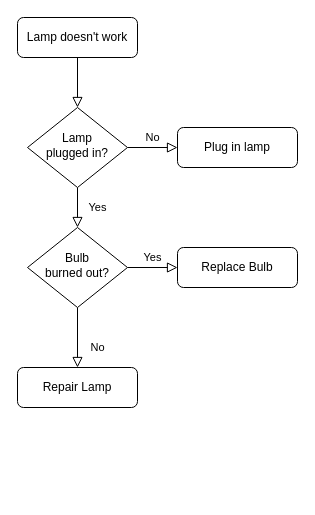
Above: 未命名绘图.drawio in sszdhlh/shop-web (draw.io), before the change. Source tidied: cells renumbered, new cells numbered last; positions are measured from the earlier drawing's top-left corner, leaving out a move shared by most shapes. Both pictures are drawn from the tidied source at 100%, with x=0, y=0 at pixel (17, 17).
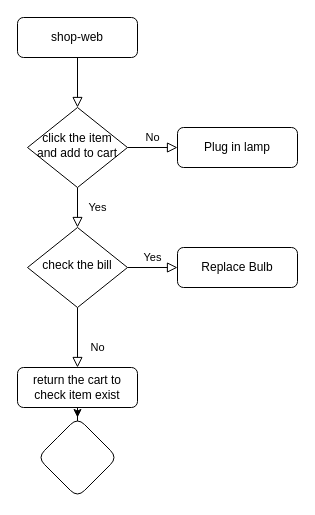
After the change.

Commit message:
更新未命名绘图.drawio

What changed in the source:
```diff
@@
 <mxGraphModel>
   <root>
     <mxCell id="0" />
     <mxCell id="1" parent="0" />
     <mxCell id="2" style="rounded=0;html=1;jettySize=auto;fontSize=11;endArrow=block;endFill=0;endSize=8;strokeWidth=1;shadow=0;labelBackgroundColor=none;edgeStyle=orthogonalEdgeStyle;" parent="1" edge="1" source="3" target="6">
       <mxGeometry relative="1" as="geometry" />
     </mxCell>
-    <mxCell id="3" value="Lamp doesn't work" style="rounded=1;whiteSpace=wrap;html=1;fontSize=12;glass=0;strokeWidth=1;shadow=0;" parent="1" vertex="1">
+    <mxCell id="3" value="shop-web" style="rounded=1;whiteSpace=wrap;html=1;fontSize=12;glass=0;strokeWidth=1;shadow=0;" parent="1" vertex="1">
       <mxGeometry width="120" height="40" as="geometry" />
     </mxCell>
     <mxCell id="4" value="Yes" style="rounded=0;html=1;jettySize=auto;fontSize=11;endArrow=block;endFill=0;endSize=8;strokeWidth=1;shadow=0;labelBackgroundColor=none;edgeStyle=orthogonalEdgeStyle;" parent="1" edge="1" source="6" target="10">
       <mxGeometry y="20" relative="1" as="geometry" />
     </mxCell>
     <mxCell id="5" value="No" style="edgeStyle=orthogonalEdgeStyle;rounded=0;html=1;jettySize=auto;fontSize=11;endArrow=block;endFill=0;endSize=8;strokeWidth=1;shadow=0;labelBackgroundColor=none;" parent="1" edge="1" source="6" target="7">
       <mxGeometry y="10" relative="1" as="geometry" />
     </mxCell>
-    <mxCell id="6" value="Lamp&lt;br&gt;plugged in?" style="rhombus;whiteSpace=wrap;html=1;shadow=0;fontFamily=Helvetica;fontSize=12;align=center;strokeWidth=1;spacing=6;spacingTop=-4;" parent="1" vertex="1">
+    <mxCell id="6" value="click the item and add to cart" style="rhombus;whiteSpace=wrap;html=1;shadow=0;fontFamily=Helvetica;fontSize=12;align=center;strokeWidth=1;spacing=6;spacingTop=-4;" parent="1" vertex="1">
       <mxGeometry x="10" y="90" width="100" height="80" as="geometry" />
     </mxCell>
     <mxCell id="7" value="Plug in lamp" style="rounded=1;whiteSpace=wrap;html=1;fontSize=12;glass=0;strokeWidth=1;shadow=0;" parent="1" vertex="1">
       <mxGeometry x="160" y="110" width="120" height="40" as="geometry" />
     </mxCell>
     <mxCell id="8" value="No" style="rounded=0;html=1;jettySize=auto;fontSize=11;endArrow=block;endFill=0;endSize=8;strokeWidth=1;shadow=0;labelBackgroundColor=none;edgeStyle=orthogonalEdgeStyle;" parent="1" edge="1" source="10" target="11">
       <mxGeometry x="0.33" y="20" relative="1" as="geometry" />
     </mxCell>
     <mxCell id="9" value="Yes" style="edgeStyle=orthogonalEdgeStyle;rounded=0;html=1;jettySize=auto;fontSize=11;endArrow=block;endFill=0;endSize=8;strokeWidth=1;shadow=0;labelBackgroundColor=none;" parent="1" edge="1" source="10" target="12">
       <mxGeometry y="10" relative="1" as="geometry" />
     </mxCell>
-    <mxCell id="10" value="Bulb&lt;br&gt;burned out?" style="rhombus;whiteSpace=wrap;html=1;shadow=0;fontFamily=Helvetica;fontSize=12;align=center;strokeWidth=1;spacing=6;spacingTop=-4;" parent="1" vertex="1">
+    <mxCell id="10" value="check the bill" style="rhombus;whiteSpace=wrap;html=1;shadow=0;fontFamily=Helvetica;fontSize=12;align=center;strokeWidth=1;spacing=6;spacingTop=-4;" parent="1" vertex="1">
       <mxGeometry x="10" y="210" width="100" height="80" as="geometry" />
     </mxCell>
+    <mxCell id="13" style="edgeStyle=orthogonalEdgeStyle;rounded=0;jettySize=auto;html=1;" parent="1" edge="1" source="11" target="14">
+      <mxGeometry relative="1" as="geometry" />
+    </mxCell>
-    <mxCell id="11" value="Repair Lamp" style="rounded=1;whiteSpace=wrap;html=1;fontSize=12;glass=0;strokeWidth=1;shadow=0;" parent="1" vertex="1">
+    <mxCell id="11" value="return the cart to check item exist" style="rounded=1;whiteSpace=wrap;html=1;fontSize=12;glass=0;strokeWidth=1;shadow=0;" parent="1" vertex="1">
       <mxGeometry y="350" width="120" height="40" as="geometry" />
     </mxCell>
     <mxCell id="12" value="Replace Bulb" style="rounded=1;whiteSpace=wrap;html=1;fontSize=12;glass=0;strokeWidth=1;shadow=0;" parent="1" vertex="1">
       <mxGeometry x="160" y="230" width="120" height="40" as="geometry" />
     </mxCell>
+    <mxCell id="14" style="rhombus;whiteSpace=wrap;html=1;rounded=1;shadow=0;glass=0;strokeColor=default;strokeWidth=1;fontFamily=Helvetica;fontSize=12;fontColor=default;fillColor=default;" parent="1" vertex="1">
+      <mxGeometry x="20" y="400" width="80" height="80" as="geometry" />
+    </mxCell>
   </root>
 </mxGraphModel>
```
